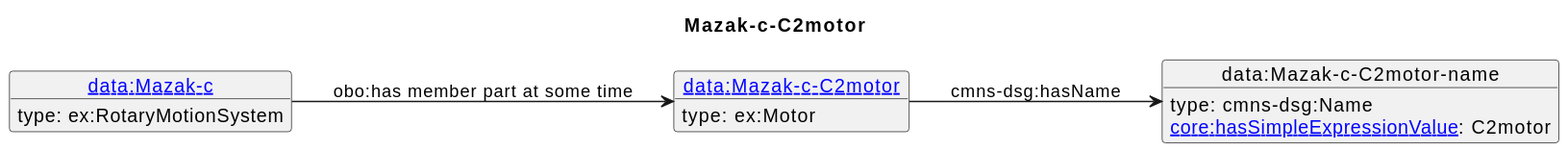
Earlier version of the PlantUML export diagrams/Mazak-c-C2motor.svg (iofoundry/example-syseng-mtconnect). Its diagram source:
```plantuml
@startuml
skinparam linetype polyline
left to right direction
title Mazak-c-C2motor
object "[[./Mazak-c-C2motor.html data:Mazak-c-C2motor]]" as o1 {
 type: ex:Motor
}
object "data:Mazak-c-C2motor-name" as o2 {
 type: cmns-dsg:Name
}
object "[[./Mazak-c.html data:Mazak-c]]" as o3 {
 type: ex:RotaryMotionSystem
}
o1 --> o2 : cmns-dsg:hasName
o2 : [[https://spec.industrialontologies.org/ontology/core/Core/hasSimpleExpressionValue core:hasSimpleExpressionValue]]: C2motor
o3 --> o1 : obo:has member part at some time
@enduml
```
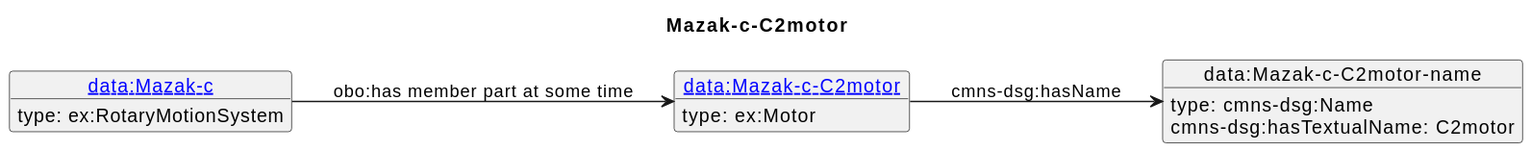
Above is the later version.

Diff of the diagram source:
```diff
@@ -12,6 +12,6 @@
  type: ex:RotaryMotionSystem
 }
 o1 --> o2 : cmns-dsg:hasName
-o2 : [[https://spec.industrialontologies.org/ontology/core/Core/hasSimpleExpressionValue core:hasSimpleExpressionValue]]: C2motor
+o2 : cmns-dsg:hasTextualName: C2motor
 o3 --> o1 : obo:has member part at some time
 @enduml
```
